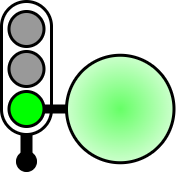
Before: assets/images/trafficlight-green-countdown.drawio.png, a diagram exported from draw.io (priobike/priobike-flutter-app). Source tidied: cells renumbered, new cells last; positions are measured from the earlier drawing's top-left corner, leaving out a move shared by most shapes. The source it was exported from:
```xml
<mxGraphModel>
  <root>
    <mxCell id="0" />
    <mxCell id="1" parent="0" />
    <mxCell id="2" style="rounded=1;whiteSpace=wrap;html=1;perimeterSpacing=0;arcSize=50;strokeWidth=3;" parent="1" vertex="1">
      <mxGeometry width="50" height="133" as="geometry" />
    </mxCell>
    <mxCell id="3" style="ellipse;whiteSpace=wrap;html=1;fillColor=#999999;fontColor=#333333;strokeColor=#000000;strokeWidth=3;" parent="1" vertex="1">
      <mxGeometry x="7.5" y="10" width="35" height="35" as="geometry" />
    </mxCell>
    <mxCell id="4" style="ellipse;whiteSpace=wrap;html=1;fillColor=#999999;fontColor=#333333;strokeColor=#000000;strokeWidth=3;" parent="1" vertex="1">
      <mxGeometry x="7.5" y="50" width="35" height="35" as="geometry" />
    </mxCell>
    <mxCell id="5" style="ellipse;whiteSpace=wrap;html=1;fillColor=#00FF00;fontColor=#333333;strokeColor=#000000;strokeWidth=3;shadow=0;" parent="1" vertex="1">
      <mxGeometry x="7.5" y="90" width="35" height="35" as="geometry" />
    </mxCell>
    <mxCell id="6" style="endArrow=none;html=1;rounded=0;exitX=0.5;exitY=1;exitDx=0;exitDy=0;strokeWidth=12;" parent="1" edge="1" source="2">
      <mxGeometry relative="1" as="geometry">
        <mxPoint x="25" y="160" as="targetPoint" />
      </mxGeometry>
    </mxCell>
    <mxCell id="7" style="ellipse;whiteSpace=wrap;html=1;fillColor=#000000;" parent="1" vertex="1">
      <mxGeometry x="15" y="150" width="20" height="20" as="geometry" />
    </mxCell>
    <mxCell id="8" style="ellipse;whiteSpace=wrap;html=1;shadow=0;fillColor=#66FF66;gradientColor=#CCFFCC;gradientDirection=radial;strokeWidth=3;" parent="1" vertex="1">
      <mxGeometry x="65" y="53.8" width="107.5" height="107.5" as="geometry" />
    </mxCell>
    <mxCell id="9" style="endArrow=none;html=1;rounded=0;strokeWidth=9;" parent="1" edge="1" source="5" target="8">
      <mxGeometry relative="1" as="geometry" />
    </mxCell>
  </root>
</mxGraphModel>
```
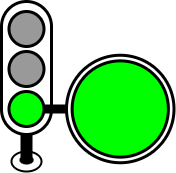
Later version of the same file.

Diff of the diagram source:
```diff
@@ -14,19 +14,25 @@
     <mxCell id="5" style="ellipse;whiteSpace=wrap;html=1;fillColor=#00FF00;fontColor=#333333;strokeColor=#000000;strokeWidth=3;shadow=0;" parent="1" vertex="1">
       <mxGeometry x="7.5" y="90" width="35" height="35" as="geometry" />
     </mxCell>
-    <mxCell id="6" style="endArrow=none;html=1;rounded=0;exitX=0.5;exitY=1;exitDx=0;exitDy=0;strokeWidth=12;" parent="1" edge="1" source="2">
-      <mxGeometry relative="1" as="geometry">
-        <mxPoint x="25" y="160" as="targetPoint" />
-      </mxGeometry>
-    </mxCell>
-    <mxCell id="7" style="ellipse;whiteSpace=wrap;html=1;fillColor=#000000;" parent="1" vertex="1">
-      <mxGeometry x="15" y="150" width="20" height="20" as="geometry" />
-    </mxCell>
-    <mxCell id="8" style="ellipse;whiteSpace=wrap;html=1;shadow=0;fillColor=#66FF66;gradientColor=#CCFFCC;gradientDirection=radial;strokeWidth=3;" parent="1" vertex="1">
+    <mxCell id="8" style="ellipse;whiteSpace=wrap;html=1;shadow=0;gradientDirection=radial;strokeWidth=3;" parent="1" vertex="1">
       <mxGeometry x="65" y="53.8" width="107.5" height="107.5" as="geometry" />
     </mxCell>
     <mxCell id="9" style="endArrow=none;html=1;rounded=0;strokeWidth=9;" parent="1" edge="1" source="5" target="8">
       <mxGeometry relative="1" as="geometry" />
     </mxCell>
+    <mxCell id="10" style="ellipse;whiteSpace=wrap;html=1;shadow=0;fillColor=#00FF00;gradientColor=none;gradientDirection=radial;strokeWidth=3;" parent="1" vertex="1">
+      <mxGeometry x="70.6" y="59.4" width="96.2" height="96.2" as="geometry" />
+    </mxCell>
+    <mxCell id="11" style="ellipse;whiteSpace=wrap;html=1;strokeWidth=2;" parent="1" vertex="1">
+      <mxGeometry x="10" y="150" width="30" height="20" as="geometry" />
+    </mxCell>
+    <mxCell id="12" style="ellipse;whiteSpace=wrap;html=1;strokeWidth=3;strokeColor=none;fillColor=#000000;" parent="1" vertex="1">
+      <mxGeometry x="18" y="154" width="14.1" height="9" as="geometry" />
+    </mxCell>
+    <mxCell id="6" style="endArrow=none;html=1;rounded=0;exitX=0.5;exitY=1;exitDx=0;exitDy=0;strokeWidth=12;" parent="1" edge="1" source="2">
+      <mxGeometry relative="1" as="geometry">
+        <mxPoint x="25" y="160" as="targetPoint" />
+      </mxGeometry>
+    </mxCell>
   </root>
 </mxGraphModel>
```
